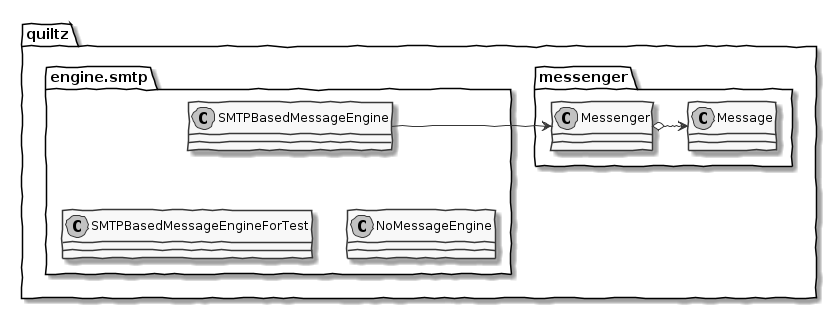
qwaneu/quiltz-messaging keeps this PlantUML diagram as doc/images/messaging-component.png. Above is the earlier version.
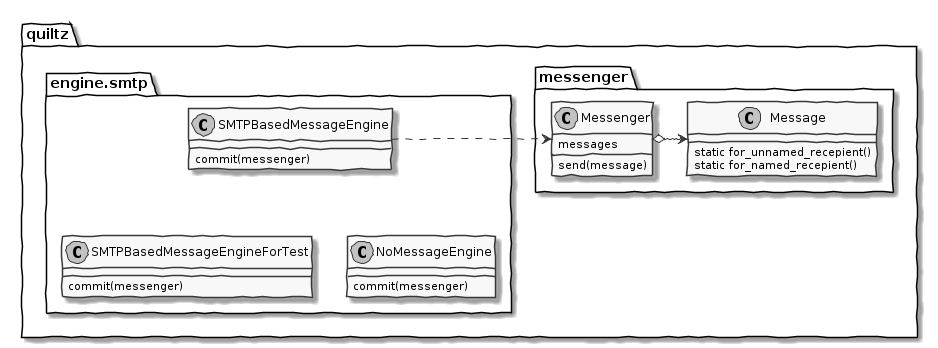
The same file after the commit.

Commit message:
another code block for committing messages

Change to the diagram source:
```diff
@@ -5,17 +5,29 @@
 }
 package quiltz {
   package messenger {
-    class Messenger
-    class Message
+    class Messenger {
+      messages
+      send(message)
+    }
+    class Message {
+      static for_unnamed_recepient()
+      static for_named_recepient()
+    }
   }
   package engine.smtp {
-    class SMTPBasedMessageEngine
-    class NoMessageEngine
-    class SMTPBasedMessageEngineForTest
+    class SMTPBasedMessageEngine {
+      commit(messenger)
+    }
+    class NoMessageEngine {
+      commit(messenger)
+    }
+    class SMTPBasedMessageEngineForTest {
+      commit(messenger)
+    }
   }
 }
 SMTPBasedMessageEngine -down[hidden]-> SMTPBasedMessageEngineForTest
 SMTPBasedMessageEngineForTest -right[hidden]-> NoMessageEngine
-SMTPBasedMessageEngine -right-> Messenger
+SMTPBasedMessageEngine .right.> Messenger
 Messenger o-right-> Message
 @enduml
```
